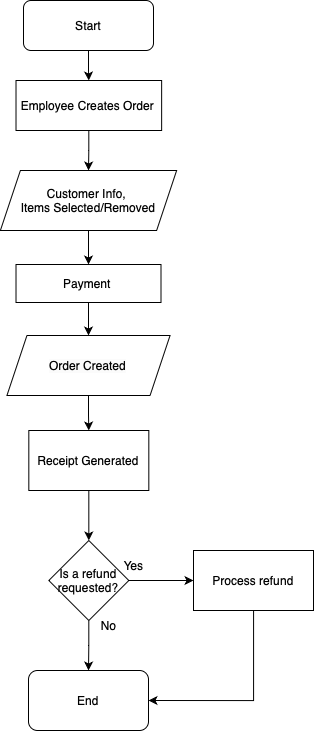
This is Order.drawio.png from KassenkazyAlima/Business-flow-SD-, a draw.io export, as it was before one commit. Source tidied: cells renumbered, new cells last; positions are measured from the earlier drawing's top-left corner, leaving out a move shared by most shapes.
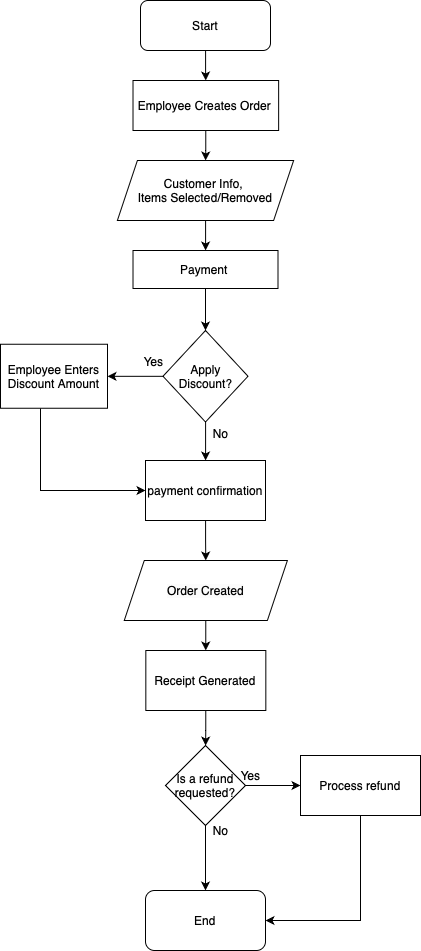
Above is the later version.

What changed in the source:
```diff
@@ -18,25 +18,56 @@
       <mxGeometry relative="1" as="geometry" />
     </mxCell>
     <mxCell id="7" value="&lt;span style=&quot;text-align: start;&quot;&gt;&lt;font style=&quot;font-size: 12px;&quot;&gt;Customer Info,&amp;nbsp;&lt;/font&gt;&lt;/span&gt;&lt;div&gt;&lt;span style=&quot;text-align: start;&quot;&gt;&lt;font style=&quot;font-size: 12px;&quot;&gt;Items Selected/Removed&lt;/font&gt;&lt;/span&gt;&lt;/div&gt;" style="shape=parallelogram;perimeter=parallelogramPerimeter;whiteSpace=wrap;html=1;fixedSize=1;" parent="1" vertex="1">
-      <mxGeometry x="-0.1" y="170" width="176.2" height="60" as="geometry" />
+      <mxGeometry x="-0.1" y="160" width="176.2" height="60" as="geometry" />
     </mxCell>
-    <mxCell id="8" style="edgeStyle=orthogonalEdgeStyle;rounded=0;jettySize=auto;html=1;" parent="1" edge="1" source="9" target="11">
-      <mxGeometry relative="1" as="geometry" />
-    </mxCell>
+    <mxCell id="22" style="edgeStyle=orthogonalEdgeStyle;rounded=0;jettySize=auto;html=1;entryX=0.5;entryY=0;entryDx=0;entryDy=0;" parent="1" edge="1" source="9" target="27">
+      <mxGeometry relative="1" as="geometry" />
+    </mxCell>
     <mxCell id="9" value="Payment&amp;nbsp;" style="rounded=0;whiteSpace=wrap;html=1;" parent="1" vertex="1">
-      <mxGeometry x="15.5" y="264" width="145" height="38" as="geometry" />
+      <mxGeometry x="15.5" y="250" width="145" height="38" as="geometry" />
     </mxCell>
+    <mxCell id="23" style="edgeStyle=orthogonalEdgeStyle;rounded=0;jettySize=auto;html=1;" parent="1" edge="1" source="24" target="11">
+      <mxGeometry relative="1" as="geometry" />
+    </mxCell>
+    <mxCell id="24" value="&lt;span style=&quot;text-align: start;&quot;&gt;payment confirmation&lt;/span&gt;" style="rounded=0;whiteSpace=wrap;html=1;" parent="1" vertex="1">
+      <mxGeometry x="28" y="460" width="120" height="60" as="geometry" />
+    </mxCell>
+    <mxCell id="25" style="edgeStyle=orthogonalEdgeStyle;rounded=0;jettySize=auto;html=1;" parent="1" edge="1" source="27" target="29">
+      <mxGeometry relative="1" as="geometry" />
+    </mxCell>
+    <mxCell id="26" style="edgeStyle=orthogonalEdgeStyle;rounded=0;jettySize=auto;html=1;" parent="1" edge="1" source="27" target="24">
+      <mxGeometry relative="1" as="geometry" />
+    </mxCell>
+    <mxCell id="27" value="&lt;span style=&quot;text-align: start;&quot;&gt;Apply Discount?&lt;/span&gt;" style="rhombus;whiteSpace=wrap;html=1;" parent="1" vertex="1">
+      <mxGeometry x="45.5" y="330" width="85" height="91.5" as="geometry" />
+    </mxCell>
+    <mxCell id="28" style="edgeStyle=orthogonalEdgeStyle;rounded=0;jettySize=auto;html=1;entryX=0;entryY=0.5;entryDx=0;entryDy=0;" parent="1" edge="1" source="29" target="24">
+      <mxGeometry relative="1" as="geometry">
+        <Array as="points">
+          <mxPoint x="-77" y="490" />
+        </Array>
+      </mxGeometry>
+    </mxCell>
+    <mxCell id="29" value="&lt;span style=&quot;text-align: start;&quot;&gt;Employee Enters Discount Amount&lt;/span&gt;" style="whiteSpace=wrap;html=1;" parent="1" vertex="1">
+      <mxGeometry x="-117" y="343.8" width="107" height="64" as="geometry" />
+    </mxCell>
+    <mxCell id="30" value="Yes" style="text;html=1;align=center;verticalAlign=middle;strokeColor=none;fillColor=none;" parent="1" vertex="1">
+      <mxGeometry x="16" y="346.2" width="40" height="30" as="geometry" />
+    </mxCell>
+    <mxCell id="31" value="No" style="text;html=1;align=center;verticalAlign=middle;strokeColor=none;fillColor=none;" parent="1" vertex="1">
+      <mxGeometry x="83" y="417.8" width="40" height="30" as="geometry" />
+    </mxCell>
     <mxCell id="10" style="edgeStyle=orthogonalEdgeStyle;rounded=0;jettySize=auto;html=1;" parent="1" edge="1" source="11" target="13">
       <mxGeometry relative="1" as="geometry" />
     </mxCell>
     <mxCell id="11" value="&lt;span style=&quot;caret-color: rgb(0, 0, 0); color: rgb(0, 0, 0); font-family: Helvetica; font-style: normal; font-variant-caps: normal; font-weight: 400; letter-spacing: normal; text-align: start; text-indent: 0px; text-transform: none; white-space: normal; word-spacing: 0px; -webkit-text-stroke-width: 0px; background-color: rgb(251, 251, 251); text-decoration: none; float: none; display: inline !important;&quot;&gt;&lt;font style=&quot;font-size: 12px;&quot;&gt;Order Created&lt;/font&gt;&lt;/span&gt;" style="shape=parallelogram;perimeter=parallelogramPerimeter;whiteSpace=wrap;html=1;fixedSize=1;" parent="1" vertex="1">
-      <mxGeometry x="6.4" y="335" width="163.1" height="60" as="geometry" />
+      <mxGeometry x="6.8" y="560" width="163.1" height="60" as="geometry" />
     </mxCell>
     <mxCell id="12" style="edgeStyle=orthogonalEdgeStyle;rounded=0;jettySize=auto;html=1;" parent="1" edge="1" source="13" target="16">
       <mxGeometry relative="1" as="geometry" />
     </mxCell>
     <mxCell id="13" value="&lt;span style=&quot;font-style: normal; font-variant-caps: normal; letter-spacing: normal; orphans: auto; text-align: start; text-indent: 0px; text-transform: none; white-space: normal; widows: auto; word-spacing: 0px; -webkit-text-stroke-width: 0px; text-decoration: none; caret-color: rgb(0, 0, 0); color: rgb(0, 0, 0);&quot;&gt;Receipt Generated&lt;/span&gt;" style="whiteSpace=wrap;html=1;" parent="1" vertex="1">
-      <mxGeometry x="28.3" y="430" width="120" height="60" as="geometry" />
+      <mxGeometry x="28.3" y="650" width="120" height="60" as="geometry" />
     </mxCell>
     <mxCell id="14" style="edgeStyle=orthogonalEdgeStyle;rounded=0;jettySize=auto;html=1;" parent="1" edge="1" source="16" target="17">
       <mxGeometry relative="1" as="geometry" />
@@ -45,26 +76,26 @@
       <mxGeometry relative="1" as="geometry" />
     </mxCell>
     <mxCell id="16" value="&lt;span style=&quot;text-align: start;&quot;&gt;&lt;font style=&quot;font-size: 12px;&quot;&gt;Is a refund requested?&lt;/font&gt;&lt;/span&gt;" style="rhombus;whiteSpace=wrap;html=1;" parent="1" vertex="1">
-      <mxGeometry x="48.3" y="540" width="80" height="80" as="geometry" />
+      <mxGeometry x="48" y="745" width="80" height="80" as="geometry" />
     </mxCell>
     <mxCell id="17" value="End" style="rounded=1;whiteSpace=wrap;html=1;" parent="1" vertex="1">
-      <mxGeometry x="28" y="670" width="120" height="60" as="geometry" />
+      <mxGeometry x="28" y="890" width="120" height="60" as="geometry" />
     </mxCell>
-    <mxCell id="18" value="No" style="text;html=1;align=center;verticalAlign=middle;strokeColor=none;fillColor=none;" parent="1" vertex="1">
-      <mxGeometry x="88" y="610" width="40" height="30" as="geometry" />
-    </mxCell>
+    <mxCell id="32" value="No" style="text;html=1;align=center;verticalAlign=middle;strokeColor=none;fillColor=none;" parent="1" vertex="1">
+      <mxGeometry x="83" y="815" width="40" height="30" as="geometry" />
+    </mxCell>
     <mxCell id="19" style="edgeStyle=orthogonalEdgeStyle;rounded=0;jettySize=auto;html=1;entryX=1;entryY=0.5;entryDx=0;entryDy=0;" parent="1" edge="1" source="20" target="17">
       <mxGeometry relative="1" as="geometry">
         <Array as="points">
-          <mxPoint x="253" y="700" />
+          <mxPoint x="243" y="920" />
         </Array>
       </mxGeometry>
     </mxCell>
     <mxCell id="20" value="&lt;span style=&quot;text-align: start;&quot;&gt;&lt;font style=&quot;font-size: 12px;&quot;&gt;Process refund&lt;/font&gt;&lt;/span&gt;" style="whiteSpace=wrap;html=1;" parent="1" vertex="1">
-      <mxGeometry x="193" y="550" width="120" height="60" as="geometry" />
+      <mxGeometry x="183" y="755" width="120" height="60" as="geometry" />
     </mxCell>
-    <mxCell id="21" value="Yes" style="text;html=1;align=center;verticalAlign=middle;strokeColor=none;fillColor=none;" parent="1" vertex="1">
-      <mxGeometry x="113" y="550" width="40" height="30" as="geometry" />
-    </mxCell>
+    <mxCell id="33" value="Yes" style="text;html=1;align=center;verticalAlign=middle;strokeColor=none;fillColor=none;" parent="1" vertex="1">
+      <mxGeometry x="113" y="760" width="40" height="30" as="geometry" />
+    </mxCell>
   </root>
 </mxGraphModel>
```
